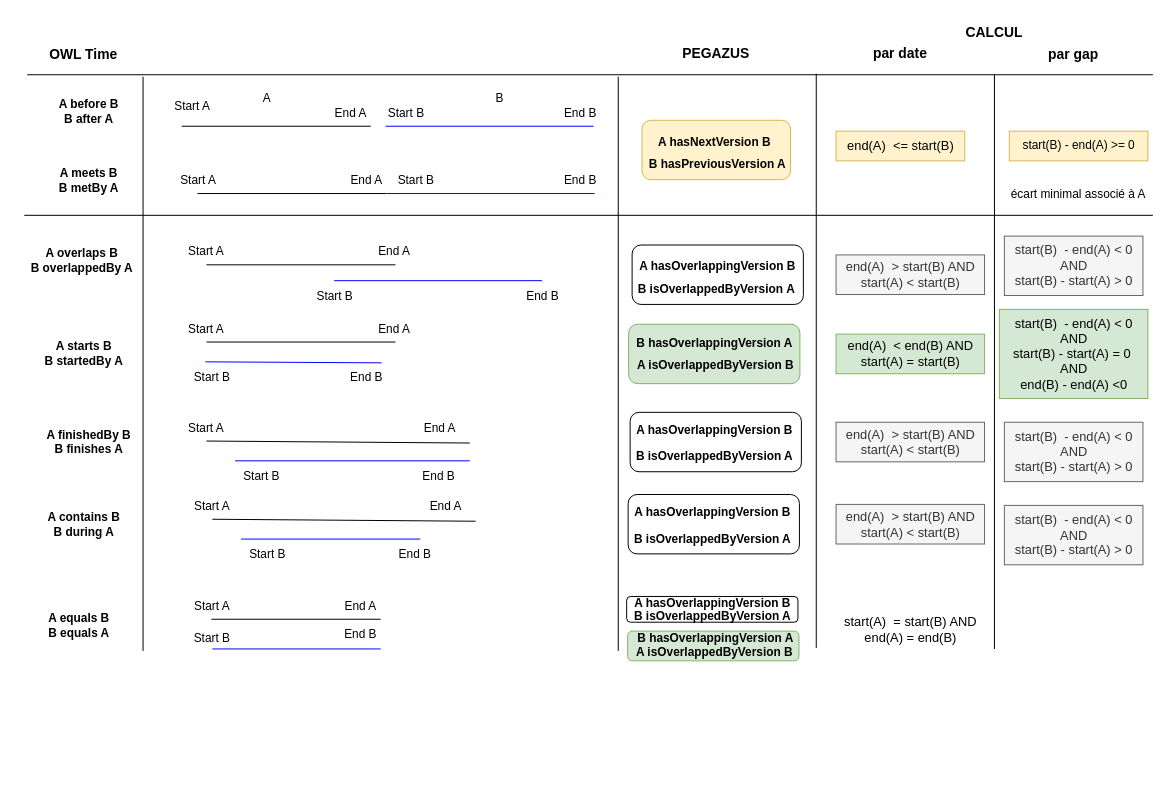
Above: page "Temps" (2 of 2) of data/structure.drawio in solenn-tl/ontologie-peuplement (draw.io), before the change. Source tidied: cells renumbered, new cells numbered last; positions are measured from the earlier drawing's top-left corner, leaving out a move shared by most shapes. Both pictures are drawn from the tidied source at 99%, with x=0, y=0 at pixel (17, 17).
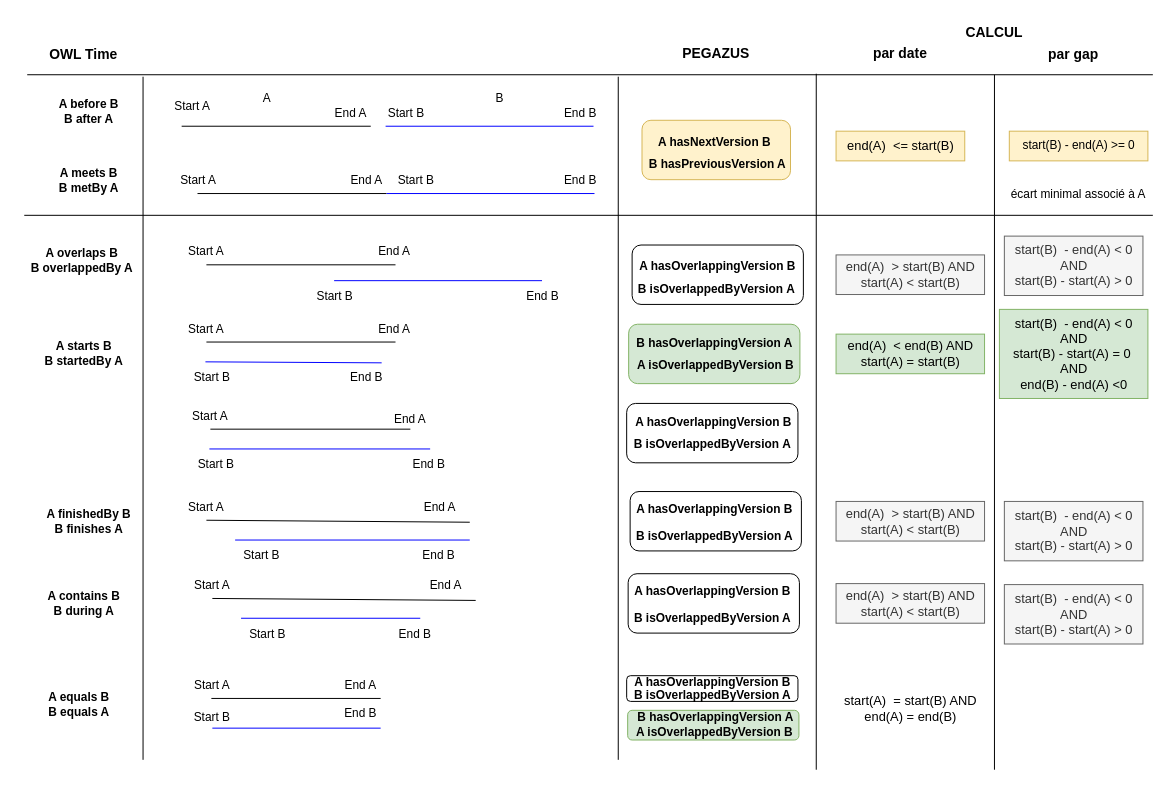
The same page after the edit.

Change to the diagram source:
```diff
@@
     <mxCell id="3" style="endArrow=none;html=1;rounded=0;" parent="1" edge="1">
       <mxGeometry relative="1" as="geometry">
-        <mxPoint x="196" y="608" as="sourcePoint" />
-        <mxPoint x="367" y="608" as="targetPoint" />
+        <mxPoint x="196" y="688" as="sourcePoint" />
+        <mxPoint x="367" y="688" as="targetPoint" />
       </mxGeometry>
     </mxCell>
     <mxCell id="4" style="endArrow=none;html=1;rounded=0;strokeColor=#0000FF;" parent="1" edge="1">
       <mxGeometry relative="1" as="geometry">
-        <mxPoint x="197" y="638" as="sourcePoint" />
-        <mxPoint x="367" y="638" as="targetPoint" />
+        <mxPoint x="197" y="718" as="sourcePoint" />
+        <mxPoint x="367" y="718" as="targetPoint" />
       </mxGeometry>
     </mxCell>
     <mxCell id="5" value="Start A" style="text;html=1;strokeColor=none;fillColor=none;align=center;verticalAlign=middle;whiteSpace=wrap;rounded=0;" parent="1" vertex="1">
-      <mxGeometry x="167" y="580" width="60" height="30" as="geometry" />
+      <mxGeometry x="167" y="660" width="60" height="30" as="geometry" />
     </mxCell>
@@
     <mxCell id="30" value="End A" style="text;html=1;strokeColor=none;fillColor=none;align=center;verticalAlign=middle;whiteSpace=wrap;rounded=0;" parent="1" vertex="1">
-      <mxGeometry x="317" y="580" width="60" height="30" as="geometry" />
+      <mxGeometry x="317" y="660" width="60" height="30" as="geometry" />
     </mxCell>
     <mxCell id="31" value="End B" style="text;html=1;strokeColor=none;fillColor=none;align=center;verticalAlign=middle;whiteSpace=wrap;rounded=0;" parent="1" vertex="1">
-      <mxGeometry x="317" y="608" width="60" height="30" as="geometry" />
+      <mxGeometry x="317" y="688" width="60" height="30" as="geometry" />
     </mxCell>
     <mxCell id="32" value="Start B" style="text;html=1;strokeColor=none;fillColor=none;align=center;verticalAlign=middle;whiteSpace=wrap;rounded=0;" parent="1" vertex="1">
-      <mxGeometry x="167" y="612" width="60" height="30" as="geometry" />
+      <mxGeometry x="167" y="692" width="60" height="30" as="geometry" />
     </mxCell>
     <mxCell id="33" value="&lt;b&gt;A equals B&lt;br&gt;B equals A&lt;br&gt;&lt;/b&gt;" style="text;html=1;align=center;verticalAlign=middle;strokeColor=none;fillColor=none;" parent="1" vertex="1">
-      <mxGeometry x="17" y="594" width="90" height="40" as="geometry" />
+      <mxGeometry x="17" y="674" width="90" height="40" as="geometry" />
     </mxCell>
@@
     <mxCell id="41" style="endArrow=none;html=1;rounded=0;" parent="1" edge="1">
       <mxGeometry relative="1" as="geometry">
-        <mxPoint x="191" y="428" as="sourcePoint" />
-        <mxPoint x="457" y="430" as="targetPoint" />
+        <mxPoint x="191" y="508" as="sourcePoint" />
+        <mxPoint x="457" y="510" as="targetPoint" />
       </mxGeometry>
     </mxCell>
     <mxCell id="42" style="endArrow=none;html=1;rounded=0;strokeColor=#0000FF;exitX=0;exitY=1;exitDx=0;exitDy=0;" parent="1" edge="1">
       <mxGeometry relative="1" as="geometry">
-        <mxPoint x="220" y="448" as="sourcePoint" />
-        <mxPoint x="457" y="448" as="targetPoint" />
+        <mxPoint x="220" y="528" as="sourcePoint" />
+        <mxPoint x="457" y="528" as="targetPoint" />
       </mxGeometry>
     </mxCell>
     <mxCell id="43" value="Start A" style="text;html=1;strokeColor=none;fillColor=none;align=center;verticalAlign=middle;whiteSpace=wrap;rounded=0;" parent="1" vertex="1">
-      <mxGeometry x="161" y="400" width="60" height="30" as="geometry" />
+      <mxGeometry x="161" y="480" width="60" height="30" as="geometry" />
     </mxCell>
     <mxCell id="44" value="End A" style="text;html=1;strokeColor=none;fillColor=none;align=center;verticalAlign=middle;whiteSpace=wrap;rounded=0;" parent="1" vertex="1">
-      <mxGeometry x="397" y="400" width="60" height="30" as="geometry" />
+      <mxGeometry x="397" y="480" width="60" height="30" as="geometry" />
     </mxCell>
     <mxCell id="45" value="Start B" style="text;html=1;strokeColor=none;fillColor=none;align=center;verticalAlign=middle;whiteSpace=wrap;rounded=0;" parent="1" vertex="1">
-      <mxGeometry x="217" y="449" width="60" height="30" as="geometry" />
+      <mxGeometry x="217" y="529" width="60" height="30" as="geometry" />
     </mxCell>
     <mxCell id="46" value="End B" style="text;html=1;strokeColor=none;fillColor=none;align=center;verticalAlign=middle;whiteSpace=wrap;rounded=0;" parent="1" vertex="1">
-      <mxGeometry x="396" y="449" width="60" height="30" as="geometry" />
+      <mxGeometry x="396" y="529" width="60" height="30" as="geometry" />
     </mxCell>
     <mxCell id="47" style="endArrow=none;html=1;rounded=0;" parent="1" edge="1">
       <mxGeometry relative="1" as="geometry">
-        <mxPoint x="197" y="507" as="sourcePoint" />
-        <mxPoint x="463" y="509" as="targetPoint" />
+        <mxPoint x="197" y="587" as="sourcePoint" />
+        <mxPoint x="463" y="589" as="targetPoint" />
       </mxGeometry>
     </mxCell>
     <mxCell id="48" style="endArrow=none;html=1;rounded=0;strokeColor=#0000FF;exitX=0;exitY=1;exitDx=0;exitDy=0;" parent="1" edge="1">
       <mxGeometry relative="1" as="geometry">
-        <mxPoint x="226" y="527" as="sourcePoint" />
-        <mxPoint x="407" y="527" as="targetPoint" />
+        <mxPoint x="226" y="607" as="sourcePoint" />
+        <mxPoint x="407" y="607" as="targetPoint" />
       </mxGeometry>
     </mxCell>
     <mxCell id="49" value="Start A" style="text;html=1;strokeColor=none;fillColor=none;align=center;verticalAlign=middle;whiteSpace=wrap;rounded=0;" parent="1" vertex="1">
-      <mxGeometry x="167" y="479" width="60" height="30" as="geometry" />
+      <mxGeometry x="167" y="559" width="60" height="30" as="geometry" />
     </mxCell>
     <mxCell id="50" value="End A" style="text;html=1;strokeColor=none;fillColor=none;align=center;verticalAlign=middle;whiteSpace=wrap;rounded=0;" parent="1" vertex="1">
-      <mxGeometry x="403" y="479" width="60" height="30" as="geometry" />
+      <mxGeometry x="403" y="559" width="60" height="30" as="geometry" />
     </mxCell>
     <mxCell id="51" value="Start B" style="text;html=1;strokeColor=none;fillColor=none;align=center;verticalAlign=middle;whiteSpace=wrap;rounded=0;" parent="1" vertex="1">
-      <mxGeometry x="223" y="528" width="60" height="30" as="geometry" />
+      <mxGeometry x="223" y="608" width="60" height="30" as="geometry" />
     </mxCell>
     <mxCell id="52" value="End B" style="text;html=1;strokeColor=none;fillColor=none;align=center;verticalAlign=middle;whiteSpace=wrap;rounded=0;" parent="1" vertex="1">
-      <mxGeometry x="372" y="528" width="60" height="30" as="geometry" />
+      <mxGeometry x="372" y="608" width="60" height="30" as="geometry" />
     </mxCell>
     <mxCell id="53" value="&lt;b&gt;A contains B&lt;br&gt;B during A&lt;br&gt;&lt;/b&gt;" style="text;html=1;align=center;verticalAlign=middle;strokeColor=none;fillColor=none;" parent="1" vertex="1">
-      <mxGeometry x="17" y="492" width="100" height="40" as="geometry" />
+      <mxGeometry x="17" y="572" width="100" height="40" as="geometry" />
     </mxCell>
     <mxCell id="54" value="&lt;b&gt;A finishedBy B&lt;br&gt;B finishes A&lt;br&gt;&lt;/b&gt;" style="text;html=1;align=center;verticalAlign=middle;strokeColor=none;fillColor=none;" parent="1" vertex="1">
-      <mxGeometry x="17" y="409" width="110" height="40" as="geometry" />
+      <mxGeometry x="17" y="489" width="110" height="40" as="geometry" />
     </mxCell>
@@
     <mxCell id="60" style="rounded=1;whiteSpace=wrap;html=1;" parent="1" vertex="1">
-      <mxGeometry x="619" y="399" width="173" height="60" as="geometry" />
+      <mxGeometry x="619" y="479" width="173" height="60" as="geometry" />
     </mxCell>
     <mxCell id="61" value="&lt;b&gt;A hasOverlappingVersion B&lt;/b&gt;" style="text;html=1;align=center;verticalAlign=middle;strokeColor=none;fillColor=none;" parent="1" vertex="1">
-      <mxGeometry x="614" y="402" width="180" height="30" as="geometry" />
+      <mxGeometry x="614" y="482" width="180" height="30" as="geometry" />
     </mxCell>
     <mxCell id="62" value="&lt;b&gt;B isOverlappedByVersion A&lt;/b&gt;" style="text;html=1;align=center;verticalAlign=middle;strokeColor=none;fillColor=none;" parent="1" vertex="1">
-      <mxGeometry x="614" y="429" width="180" height="30" as="geometry" />
+      <mxGeometry x="614" y="509" width="180" height="30" as="geometry" />
     </mxCell>
     <mxCell id="63" style="rounded=1;whiteSpace=wrap;html=1;" parent="1" vertex="1">
-      <mxGeometry x="617" y="482" width="173" height="60" as="geometry" />
+      <mxGeometry x="617" y="562" width="173" height="60" as="geometry" />
     </mxCell>
     <mxCell id="64" value="&lt;b&gt;A hasOverlappingVersion B&lt;/b&gt;" style="text;html=1;align=center;verticalAlign=middle;strokeColor=none;fillColor=none;" parent="1" vertex="1">
-      <mxGeometry x="612" y="485" width="180" height="30" as="geometry" />
+      <mxGeometry x="612" y="565" width="180" height="30" as="geometry" />
     </mxCell>
     <mxCell id="65" value="&lt;b&gt;B isOverlappedByVersion A&lt;/b&gt;" style="text;html=1;align=center;verticalAlign=middle;strokeColor=none;fillColor=none;" parent="1" vertex="1">
-      <mxGeometry x="612" y="512" width="180" height="30" as="geometry" />
+      <mxGeometry x="612" y="592" width="180" height="30" as="geometry" />
     </mxCell>
     <mxCell id="66" style="endArrow=none;html=1;rounded=0;" parent="1" edge="1">
       <mxGeometry relative="1" as="geometry">
-        <mxPoint x="127" y="640" as="sourcePoint" />
+        <mxPoint x="127" y="750" as="sourcePoint" />
         <mxPoint x="127" y="60" as="targetPoint" />
       </mxGeometry>
     </mxCell>
@@
     <mxCell id="69" style="endArrow=none;html=1;rounded=0;" parent="1" edge="1">
       <mxGeometry relative="1" as="geometry">
-        <mxPoint x="607" y="640" as="sourcePoint" />
+        <mxPoint x="607" y="750" as="sourcePoint" />
         <mxPoint x="607" y="60" as="targetPoint" />
       </mxGeometry>
     </mxCell>
@@
     <mxCell id="74" value="end(A)&amp;nbsp; &amp;gt; start(B) AND&lt;br&gt;start(A) &amp;lt; start(B)" style="text;html=1;align=center;verticalAlign=middle;strokeColor=#666666;fillColor=#f5f5f5;fontSize=13;fontColor=#333333;" parent="1" vertex="1">
-      <mxGeometry x="827" y="409" width="150" height="40" as="geometry" />
+      <mxGeometry x="827" y="489" width="150" height="40" as="geometry" />
     </mxCell>
     <mxCell id="75" value="end(A)&amp;nbsp; &amp;gt; start(B) AND&lt;br&gt;start(A) &amp;lt; start(B)" style="text;html=1;align=center;verticalAlign=middle;strokeColor=#666666;fillColor=#f5f5f5;fontSize=13;fontColor=#333333;" parent="1" vertex="1">
-      <mxGeometry x="827" y="492" width="150" height="40" as="geometry" />
+      <mxGeometry x="827" y="572" width="150" height="40" as="geometry" />
     </mxCell>
     <mxCell id="76" style="rounded=1;whiteSpace=wrap;html=1;" parent="1" vertex="1">
-      <mxGeometry x="615.5" y="585" width="173" height="26" as="geometry" />
+      <mxGeometry x="615.5" y="665" width="173" height="26" as="geometry" />
     </mxCell>
     <mxCell id="77" value="&lt;b&gt;A hasOverlappingVersion B&lt;/b&gt;" style="text;html=1;align=center;verticalAlign=middle;strokeColor=none;fillColor=none;" parent="1" vertex="1">
-      <mxGeometry x="612" y="577" width="180" height="30" as="geometry" />
+      <mxGeometry x="612" y="657" width="180" height="30" as="geometry" />
     </mxCell>
     <mxCell id="78" value="&lt;b&gt;B isOverlappedByVersion A&lt;/b&gt;" style="text;html=1;align=center;verticalAlign=middle;strokeColor=none;fillColor=none;" parent="1" vertex="1">
-      <mxGeometry x="612" y="590" width="180" height="30" as="geometry" />
+      <mxGeometry x="612" y="670" width="180" height="30" as="geometry" />
     </mxCell>
     <mxCell id="79" value="start(A)&amp;nbsp; = start(B) AND&lt;br&gt;end(A) = end(B)" style="text;html=1;align=center;verticalAlign=middle;strokeColor=none;fillColor=none;fontSize=13;" parent="1" vertex="1">
-      <mxGeometry x="822" y="598" width="160" height="40" as="geometry" />
+      <mxGeometry x="822" y="678" width="160" height="40" as="geometry" />
     </mxCell>
     <mxCell id="80" style="rounded=1;whiteSpace=wrap;html=1;fillColor=#d5e8d4;strokeColor=#82b366;" parent="1" vertex="1">
-      <mxGeometry x="616.5" y="620" width="173" height="30" as="geometry" />
+      <mxGeometry x="616.5" y="700" width="173" height="30" as="geometry" />
     </mxCell>
     <mxCell id="81" value="&lt;b&gt;B hasOverlappingVersion A&lt;/b&gt;" style="text;html=1;align=center;verticalAlign=middle;strokeColor=none;fillColor=none;" parent="1" vertex="1">
-      <mxGeometry x="614.5" y="612" width="180" height="30" as="geometry" />
+      <mxGeometry x="614.5" y="692" width="180" height="30" as="geometry" />
     </mxCell>
     <mxCell id="82" value="&lt;b&gt;A isOverlappedByVersion B&lt;/b&gt;" style="text;html=1;align=center;verticalAlign=middle;strokeColor=none;fillColor=none;" parent="1" vertex="1">
-      <mxGeometry x="613.5" y="627" width="180" height="30" as="geometry" />
+      <mxGeometry x="613.5" y="707" width="180" height="30" as="geometry" />
     </mxCell>
@@
     <mxCell id="87" style="endArrow=none;html=1;rounded=0;" parent="1" edge="1">
       <mxGeometry relative="1" as="geometry">
-        <mxPoint x="807" y="637" as="sourcePoint" />
+        <mxPoint x="807" y="760" as="sourcePoint" />
         <mxPoint x="807" y="57" as="targetPoint" />
       </mxGeometry>
     </mxCell>
     <mxCell id="88" style="endArrow=none;html=1;rounded=0;" parent="1" edge="1">
       <mxGeometry relative="1" as="geometry">
-        <mxPoint x="987" y="638" as="sourcePoint" />
+        <mxPoint x="987" y="760" as="sourcePoint" />
         <mxPoint x="987" y="58" as="targetPoint" />
       </mxGeometry>
     </mxCell>
@@
     <mxCell id="94" value="start(B)&amp;nbsp; - end(A) &amp;lt; 0 &lt;br&gt;AND&lt;br&gt;start(B) - start(A) &amp;gt; 0" style="text;html=1;align=center;verticalAlign=middle;fontSize=13;fillColor=#f5f5f5;fontColor=#333333;strokeColor=#666666;" parent="1" vertex="1">
-      <mxGeometry x="997" y="409" width="140" height="60" as="geometry" />
+      <mxGeometry x="997" y="489" width="140" height="60" as="geometry" />
     </mxCell>
     <mxCell id="95" value="start(B)&amp;nbsp; - end(A) &amp;lt; 0 &lt;br&gt;AND&lt;br&gt;start(B) - start(A) &amp;gt; 0" style="text;html=1;align=center;verticalAlign=middle;fontSize=13;fillColor=#f5f5f5;fontColor=#333333;strokeColor=#666666;" parent="1" vertex="1">
-      <mxGeometry x="997" y="493" width="140" height="60" as="geometry" />
+      <mxGeometry x="997" y="573" width="140" height="60" as="geometry" />
     </mxCell>
@@
+    <mxCell id="97" style="endArrow=none;html=1;rounded=0;" parent="1" edge="1">
+      <mxGeometry relative="1" as="geometry">
+        <mxPoint x="195" y="416" as="sourcePoint" />
+        <mxPoint x="397" y="416" as="targetPoint" />
+      </mxGeometry>
+    </mxCell>
+    <mxCell id="98" style="endArrow=none;html=1;rounded=0;strokeColor=#0000FF;exitX=0;exitY=1;exitDx=0;exitDy=0;" parent="1" edge="1">
+      <mxGeometry relative="1" as="geometry">
+        <mxPoint x="194" y="436" as="sourcePoint" />
+        <mxPoint x="417" y="436" as="targetPoint" />
+      </mxGeometry>
+    </mxCell>
+    <mxCell id="99" value="Start A" style="text;html=1;strokeColor=none;fillColor=none;align=center;verticalAlign=middle;whiteSpace=wrap;rounded=0;" parent="1" vertex="1">
+      <mxGeometry x="165" y="388" width="60" height="30" as="geometry" />
+    </mxCell>
+    <mxCell id="100" value="End A" style="text;html=1;strokeColor=none;fillColor=none;align=center;verticalAlign=middle;whiteSpace=wrap;rounded=0;" parent="1" vertex="1">
+      <mxGeometry x="367" y="390.5" width="60" height="30" as="geometry" />
+    </mxCell>
+    <mxCell id="101" value="Start B" style="text;html=1;strokeColor=none;fillColor=none;align=center;verticalAlign=middle;whiteSpace=wrap;rounded=0;" parent="1" vertex="1">
+      <mxGeometry x="171" y="437" width="60" height="30" as="geometry" />
+    </mxCell>
+    <mxCell id="102" value="End B" style="text;html=1;strokeColor=none;fillColor=none;align=center;verticalAlign=middle;whiteSpace=wrap;rounded=0;" parent="1" vertex="1">
+      <mxGeometry x="386" y="437" width="60" height="30" as="geometry" />
+    </mxCell>
+    <mxCell id="103" style="rounded=1;whiteSpace=wrap;html=1;" parent="1" vertex="1">
+      <mxGeometry x="615.5" y="390" width="173" height="60" as="geometry" />
+    </mxCell>
+    <mxCell id="104" value="&lt;b&gt;A hasOverlappingVersion B&lt;/b&gt;" style="text;html=1;align=center;verticalAlign=middle;strokeColor=none;fillColor=none;" parent="1" vertex="1">
+      <mxGeometry x="613" y="393.5" width="180" height="30" as="geometry" />
+    </mxCell>
+    <mxCell id="105" value="&lt;b&gt;B&amp;nbsp;&lt;/b&gt;&lt;b style=&quot;border-color: var(--border-color);&quot;&gt;isOverlappedByVersion&amp;nbsp;&lt;/b&gt;&lt;b&gt;A&lt;/b&gt;" style="text;html=1;align=center;verticalAlign=middle;strokeColor=none;fillColor=none;" parent="1" vertex="1">
+      <mxGeometry x="612" y="416.5" width="180" height="30" as="geometry" />
+    </mxCell>
```
